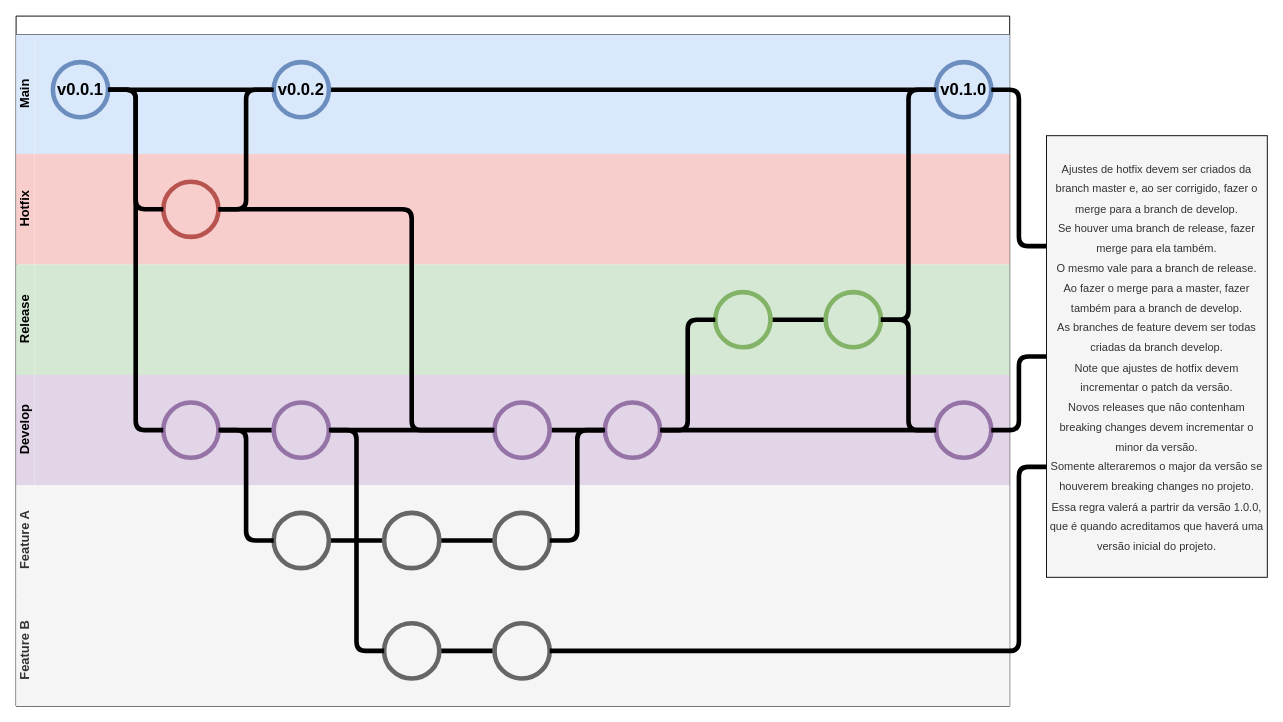
Before: page "Versioning" (3 of 4) of docs/diagram.drawio in EvertonBrzozowyAlves/Tasman, a draw.io diagram. Source tidied: cells renumbered, new cells numbered last; positions are measured from the earlier drawing's top-left corner, leaving out a move shared by most shapes. Both pictures are drawn from the tidied source at 92%, with x=0, y=0 at pixel (16, 16).
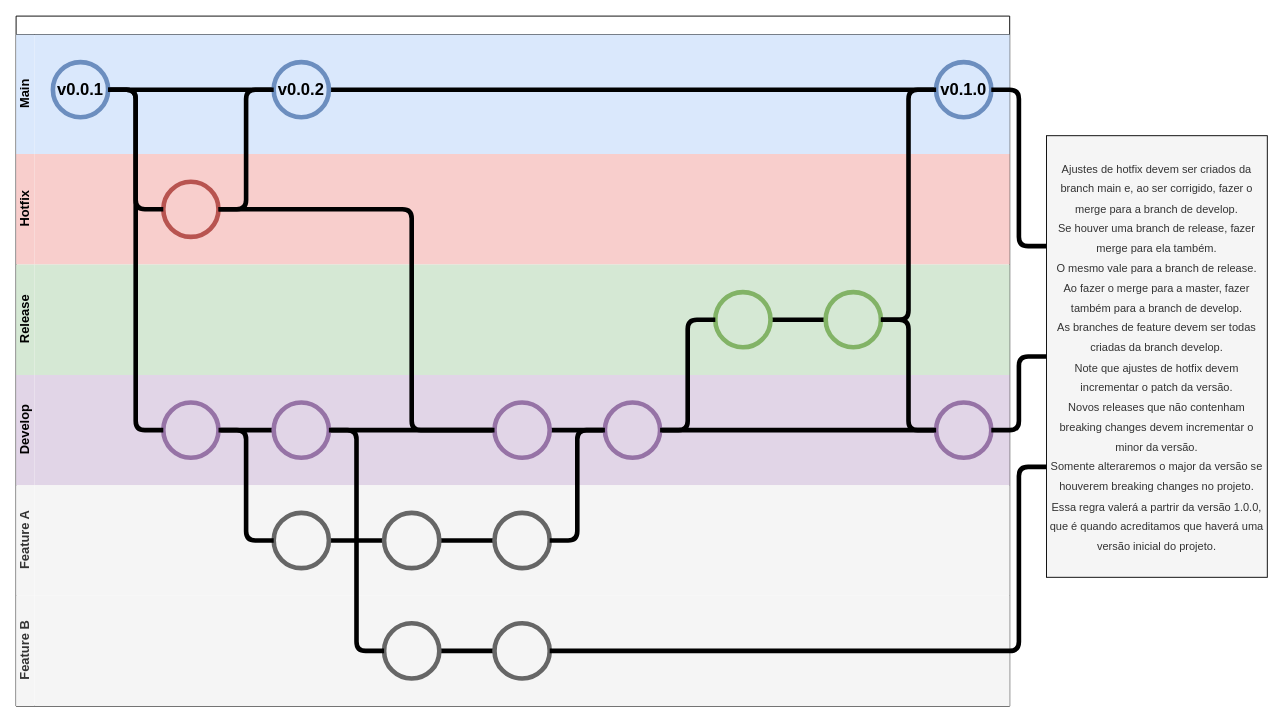
Above is the later version.

Change to the diagram source:
```diff
@@
-    <mxCell id="45" value="&lt;font style=&quot;font-size: 12px;&quot;&gt;Ajustes de hotfix devem ser criados da branch master e, ao ser corrigido, fazer o merge para a branch de develop.&lt;br&gt;Se houver uma branch de release, fazer merge para ela também.&lt;br&gt;O mesmo vale para a branch de release.&lt;br&gt;Ao fazer o merge para a master, fazer também para a branch de develop.&lt;br&gt;As branches de feature devem ser todas criadas da branch develop.&lt;br&gt;Note que ajustes de hotfix devem incrementar o patch da versão.&lt;br&gt;Novos releases que não contenham breaking changes devem incrementar o minor da versão.&lt;br&gt;Somente alteraremos o major da versão se houverem breaking changes no projeto.&lt;br&gt;Essa regra valerá a partrir da versão 1.0.0, que é quando acreditamos que haverá uma versão inicial do projeto.&lt;br&gt;&lt;/font&gt;" style="text;html=1;strokeColor=default;fillColor=#f5f5f5;align=center;verticalAlign=middle;whiteSpace=wrap;rounded=0;shadow=0;glass=0;sketch=0;fillStyle=solid;strokeWidth=1;fontSize=18;fontColor=#333333;" parent="1" vertex="1">
+    <mxCell id="45" value="&lt;font style=&quot;font-size: 12px;&quot;&gt;Ajustes de hotfix devem ser criados da branch main e, ao ser corrigido, fazer o merge para a branch de develop.&lt;br&gt;Se houver uma branch de release, fazer merge para ela também.&lt;br&gt;O mesmo vale para a branch de release.&lt;br&gt;Ao fazer o merge para a master, fazer também para a branch de develop.&lt;br&gt;As branches de feature devem ser todas criadas da branch develop.&lt;br&gt;Note que ajustes de hotfix devem incrementar o patch da versão.&lt;br&gt;Novos releases que não contenham breaking changes devem incrementar o minor da versão.&lt;br&gt;Somente alteraremos o major da versão se houverem breaking changes no projeto.&lt;br&gt;Essa regra valerá a partrir da versão 1.0.0, que é quando acreditamos que haverá uma versão inicial do projeto.&lt;br&gt;&lt;/font&gt;" style="text;html=1;strokeColor=default;fillColor=#f5f5f5;align=center;verticalAlign=middle;whiteSpace=wrap;rounded=0;shadow=0;glass=0;sketch=0;fillStyle=solid;strokeWidth=1;fontSize=18;fontColor=#333333;" parent="1" vertex="1">
       <mxGeometry x="1120" y="130" width="240" height="480" as="geometry" />
     </mxCell>
```
